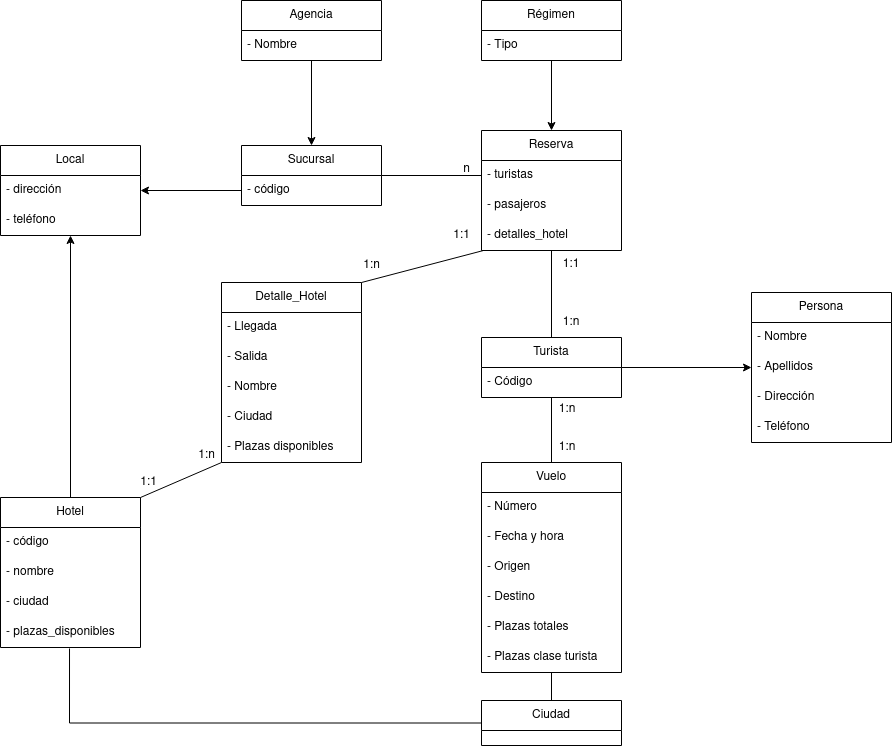
Earlier version of the draw.io export Tema 5. Diagramas de clase/Tarea 2. Agencia viajes/img/AgenciaViajes.drawio.png (colidom/ets). Source tidied: cells renumbered, new cells last; positions are measured from the earlier drawing's top-left corner, leaving out a move shared by most shapes.
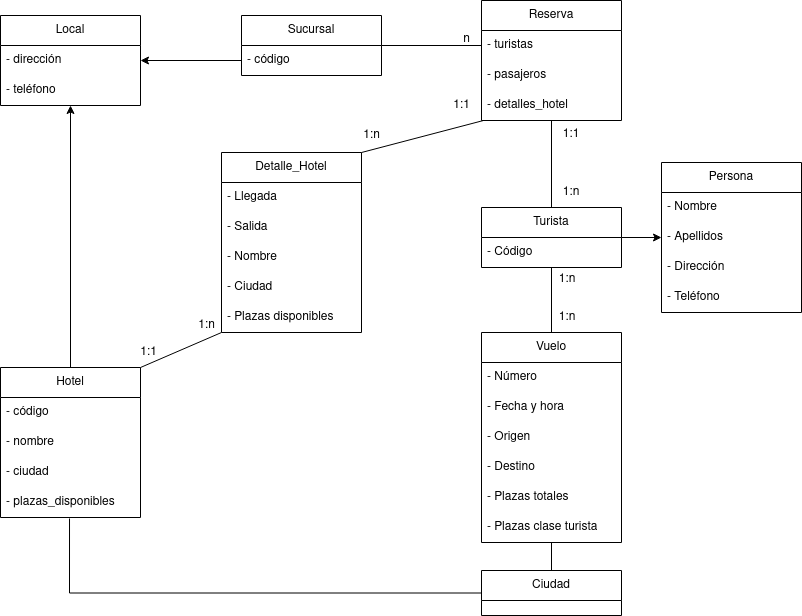
The same diagram one commit later.

Diff of the diagram source:
```diff
@@ -9,7 +9,7 @@
       <mxGeometry y="30" width="140" height="30" as="geometry" />
     </mxCell>
     <mxCell id="4" value="&lt;div&gt;Persona&lt;/div&gt;" style="swimlane;fontStyle=0;horizontal=1;startSize=30;whiteSpace=wrap;html=1;" parent="1" vertex="1">
-      <mxGeometry x="751" y="292" width="140" height="150" as="geometry" />
+      <mxGeometry x="661" y="292" width="140" height="150" as="geometry" />
     </mxCell>
     <mxCell id="5" value="- Nombre" style="text;strokeColor=none;fillColor=none;align=left;verticalAlign=middle;spacingLeft=4;spacingRight=4;overflow=hidden;whiteSpace=wrap;html=1;" parent="4" vertex="1">
       <mxGeometry y="30" width="140" height="30" as="geometry" />
@@ -43,12 +43,6 @@
     <mxCell id="14" style="edgeStyle=orthogonalEdgeStyle;rounded=0;jettySize=auto;html=1;entryX=1;entryY=0.5;entryDx=0;entryDy=0;endArrow=classic;endFill=1;startArrow=none;startFill=0;" parent="1" edge="1" source="3" target="11">
       <mxGeometry relative="1" as="geometry" />
     </mxCell>
-    <mxCell id="15" value="Agencia" style="swimlane;fontStyle=0;horizontal=1;startSize=30;whiteSpace=wrap;html=1;" parent="1" vertex="1">
-      <mxGeometry x="241" width="140" height="60" as="geometry" />
-    </mxCell>
-    <mxCell id="16" value="- Nombre" style="text;strokeColor=none;fillColor=none;align=left;verticalAlign=middle;spacingLeft=4;spacingRight=4;overflow=hidden;whiteSpace=wrap;html=1;" parent="15" vertex="1">
-      <mxGeometry y="30" width="140" height="30" as="geometry" />
-    </mxCell>
     <mxCell id="17" value="Hotel" style="swimlane;fontStyle=0;horizontal=1;startSize=30;whiteSpace=wrap;html=1;" parent="1" vertex="1">
       <mxGeometry y="497" width="140" height="150" as="geometry" />
     </mxCell>
@@ -64,9 +58,6 @@
     <mxCell id="21" value="- plazas_disponibles" style="text;strokeColor=none;fillColor=none;align=left;verticalAlign=middle;spacingLeft=4;spacingRight=4;overflow=hidden;points=[[0,0.5],[1,0.5]];portConstraint=eastwest;whiteSpace=wrap;html=1;" parent="17" vertex="1">
       <mxGeometry y="120" width="140" height="30" as="geometry" />
     </mxCell>
-    <mxCell id="22" style="edgeStyle=none;rounded=0;jettySize=auto;html=1;startArrow=classic;startFill=1;endArrow=none;endFill=0;" parent="1" edge="1" source="23" target="39">
-      <mxGeometry relative="1" as="geometry" />
-    </mxCell>
     <mxCell id="23" value="Reserva" style="swimlane;fontStyle=0;horizontal=1;startSize=30;whiteSpace=wrap;html=1;" parent="1" vertex="1">
       <mxGeometry x="481" y="130" width="140" height="120" as="geometry" />
     </mxCell>
@@ -115,15 +106,6 @@
     <mxCell id="38" value="n" style="text;html=1;align=center;verticalAlign=middle;strokeColor=none;fillColor=none;" parent="1" vertex="1">
       <mxGeometry x="451" y="154" width="30" height="30" as="geometry" />
     </mxCell>
-    <mxCell id="39" value="Régimen" style="swimlane;fontStyle=0;horizontal=1;startSize=30;whiteSpace=wrap;html=1;" parent="1" vertex="1">
-      <mxGeometry x="481" width="140" height="60" as="geometry" />
-    </mxCell>
-    <mxCell id="40" value="- Tipo" style="text;strokeColor=none;fillColor=none;align=left;verticalAlign=middle;spacingLeft=4;spacingRight=4;overflow=hidden;whiteSpace=wrap;html=1;" parent="39" vertex="1">
-      <mxGeometry y="30" width="140" height="30" as="geometry" />
-    </mxCell>
-    <mxCell id="41" style="edgeStyle=none;rounded=0;jettySize=auto;html=1;startArrow=classic;startFill=1;endArrow=none;endFill=0;exitX=0.5;exitY=0;exitDx=0;exitDy=0;entryX=0.5;entryY=1;entryDx=0;entryDy=0;" parent="1" edge="1" source="2" target="15">
-      <mxGeometry relative="1" as="geometry" />
-    </mxCell>
     <mxCell id="42" value="Turista" style="swimlane;fontStyle=0;horizontal=1;startSize=30;whiteSpace=wrap;html=1;" parent="1" vertex="1">
       <mxGeometry x="481" y="337" width="140" height="60" as="geometry" />
     </mxCell>
```
